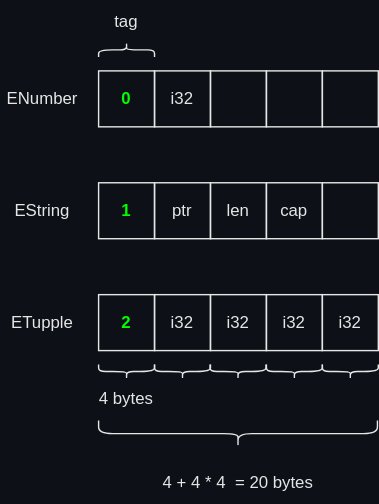
Earlier version of the draw.io export docs/rust/enums/images/tagged_union.drawio.svg (htgithub194/self-study). Source tidied: cells renumbered, new cells last; positions are measured from the earlier drawing's top-left corner, leaving out a move shared by most shapes.
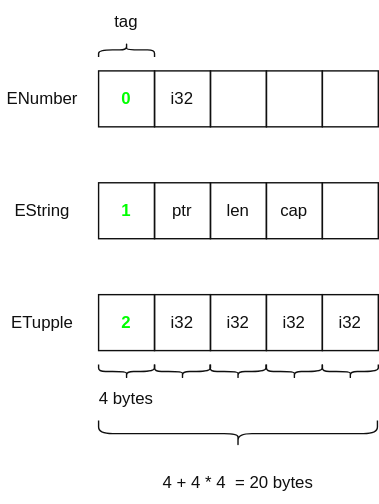
After the commit.

Diff of the diagram source:
```diff
@@ -1,89 +1,89 @@
-<mxGraphModel background="#0D1117">
+<mxGraphModel>
   <root>
     <mxCell id="0" />
     <mxCell id="1" parent="0" />
-    <mxCell id="2" value="0" style="rounded=0;whiteSpace=wrap;html=1;fillColor=none;fontStyle=1;fontColor=#00FF00;strokeColor=#E6E6E6;" parent="1" vertex="1">
+    <mxCell id="2" value="0" style="rounded=0;whiteSpace=wrap;html=1;fillColor=none;fontStyle=1;fontColor=light-dark(#00FF00,#00FF00);strokeColor=light-dark(#0F0F0F,#F0F0F0);" parent="1" vertex="1">
       <mxGeometry x="70" y="50" width="40" height="40" as="geometry" />
     </mxCell>
-    <mxCell id="3" value="i32" style="rounded=0;whiteSpace=wrap;html=1;fillColor=none;strokeColor=#E6E6E6;fontColor=#E6E6E6;" parent="1" vertex="1">
+    <mxCell id="3" value="i32" style="rounded=0;whiteSpace=wrap;html=1;fillColor=none;strokeColor=light-dark(#0F0F0F,#F0F0F0);fontColor=light-dark(#0F0F0F,#F0F0F0);" parent="1" vertex="1">
       <mxGeometry x="110" y="50" width="40" height="40" as="geometry" />
     </mxCell>
-    <mxCell id="4" style="rounded=0;whiteSpace=wrap;html=1;fillColor=none;strokeColor=#E6E6E6;fontColor=#E6E6E6;" parent="1" vertex="1">
+    <mxCell id="4" style="rounded=0;whiteSpace=wrap;html=1;fillColor=none;strokeColor=light-dark(#0F0F0F,#F0F0F0);fontColor=light-dark(#0F0F0F,#F0F0F0);" parent="1" vertex="1">
       <mxGeometry x="150" y="50" width="40" height="40" as="geometry" />
     </mxCell>
-    <mxCell id="5" style="rounded=0;whiteSpace=wrap;html=1;fillColor=none;strokeColor=#E6E6E6;fontColor=#E6E6E6;" parent="1" vertex="1">
+    <mxCell id="5" style="rounded=0;whiteSpace=wrap;html=1;fillColor=none;strokeColor=light-dark(#0F0F0F,#F0F0F0);fontColor=light-dark(#0F0F0F,#F0F0F0);" parent="1" vertex="1">
       <mxGeometry x="190" y="50" width="40" height="40" as="geometry" />
     </mxCell>
-    <mxCell id="6" value="1" style="rounded=0;whiteSpace=wrap;html=1;fillColor=none;fontStyle=1;fontColor=#00FF00;strokeColor=#E6E6E6;" parent="1" vertex="1">
+    <mxCell id="6" value="1" style="rounded=0;whiteSpace=wrap;html=1;fillColor=none;fontStyle=1;fontColor=light-dark(#00FF00,#00FF00);strokeColor=light-dark(#0F0F0F,#F0F0F0);" parent="1" vertex="1">
       <mxGeometry x="70" y="130" width="40" height="40" as="geometry" />
     </mxCell>
-    <mxCell id="7" value="ptr" style="rounded=0;whiteSpace=wrap;html=1;fillColor=none;strokeColor=#E6E6E6;fontColor=#E6E6E6;" parent="1" vertex="1">
+    <mxCell id="7" value="ptr" style="rounded=0;whiteSpace=wrap;html=1;fillColor=none;strokeColor=light-dark(#0F0F0F,#F0F0F0);fontColor=light-dark(#0F0F0F,#F0F0F0);" parent="1" vertex="1">
       <mxGeometry x="110" y="130" width="40" height="40" as="geometry" />
     </mxCell>
-    <mxCell id="8" value="len" style="rounded=0;whiteSpace=wrap;html=1;fillColor=none;strokeColor=#E6E6E6;fontColor=#E6E6E6;" parent="1" vertex="1">
+    <mxCell id="8" value="len" style="rounded=0;whiteSpace=wrap;html=1;fillColor=none;strokeColor=light-dark(#0F0F0F,#F0F0F0);fontColor=light-dark(#0F0F0F,#F0F0F0);" parent="1" vertex="1">
       <mxGeometry x="150" y="130" width="40" height="40" as="geometry" />
     </mxCell>
-    <mxCell id="9" value="cap" style="rounded=0;whiteSpace=wrap;html=1;fillColor=none;strokeColor=#E6E6E6;fontColor=#E6E6E6;" parent="1" vertex="1">
+    <mxCell id="9" value="cap" style="rounded=0;whiteSpace=wrap;html=1;fillColor=none;strokeColor=light-dark(#0F0F0F,#F0F0F0);fontColor=light-dark(#0F0F0F,#F0F0F0);" parent="1" vertex="1">
       <mxGeometry x="190" y="130" width="40" height="40" as="geometry" />
     </mxCell>
-    <mxCell id="10" value="2" style="rounded=0;whiteSpace=wrap;html=1;fillColor=none;fontStyle=1;fontColor=#00FF00;strokeColor=#E6E6E6;" parent="1" vertex="1">
+    <mxCell id="10" value="2" style="rounded=0;whiteSpace=wrap;html=1;fillColor=none;fontStyle=1;fontColor=light-dark(#00FF00,#00FF00);strokeColor=light-dark(#0F0F0F,#F0F0F0);" parent="1" vertex="1">
       <mxGeometry x="70" y="210" width="40" height="40" as="geometry" />
     </mxCell>
-    <mxCell id="11" value="i32" style="rounded=0;whiteSpace=wrap;html=1;fillColor=none;strokeColor=#E6E6E6;fontColor=#E6E6E6;" parent="1" vertex="1">
+    <mxCell id="11" value="i32" style="rounded=0;whiteSpace=wrap;html=1;fillColor=none;strokeColor=light-dark(#0F0F0F,#F0F0F0);fontColor=light-dark(#0F0F0F,#F0F0F0);" parent="1" vertex="1">
       <mxGeometry x="110" y="210" width="40" height="40" as="geometry" />
     </mxCell>
-    <mxCell id="12" value="i32" style="rounded=0;whiteSpace=wrap;html=1;fillColor=none;strokeColor=#E6E6E6;fontColor=#E6E6E6;" parent="1" vertex="1">
+    <mxCell id="12" value="i32" style="rounded=0;whiteSpace=wrap;html=1;fillColor=none;strokeColor=light-dark(#0F0F0F,#F0F0F0);fontColor=light-dark(#0F0F0F,#F0F0F0);" parent="1" vertex="1">
       <mxGeometry x="150" y="210" width="40" height="40" as="geometry" />
     </mxCell>
-    <mxCell id="13" value="i32" style="rounded=0;whiteSpace=wrap;html=1;fillColor=none;strokeColor=#E6E6E6;fontColor=#E6E6E6;" parent="1" vertex="1">
+    <mxCell id="13" value="i32" style="rounded=0;whiteSpace=wrap;html=1;fillColor=none;strokeColor=light-dark(#0F0F0F,#F0F0F0);fontColor=light-dark(#0F0F0F,#F0F0F0);" parent="1" vertex="1">
       <mxGeometry x="190" y="210" width="40" height="40" as="geometry" />
     </mxCell>
-    <mxCell id="14" value="ENumber" style="text;html=1;strokeColor=none;fillColor=none;align=center;verticalAlign=middle;whiteSpace=wrap;rounded=0;fontColor=#E6E6E6;" parent="1" vertex="1">
+    <mxCell id="14" value="ENumber" style="text;html=1;strokeColor=none;fillColor=none;align=center;verticalAlign=middle;whiteSpace=wrap;rounded=0;fontColor=light-dark(#0F0F0F,#F0F0F0);" parent="1" vertex="1">
       <mxGeometry y="55" width="60" height="30" as="geometry" />
     </mxCell>
-    <mxCell id="15" value="EString" style="text;html=1;strokeColor=none;fillColor=none;align=center;verticalAlign=middle;whiteSpace=wrap;rounded=0;fontColor=#E6E6E6;" parent="1" vertex="1">
+    <mxCell id="15" value="EString" style="text;html=1;strokeColor=none;fillColor=none;align=center;verticalAlign=middle;whiteSpace=wrap;rounded=0;fontColor=light-dark(#0F0F0F,#F0F0F0);" parent="1" vertex="1">
       <mxGeometry y="135" width="60" height="30" as="geometry" />
     </mxCell>
-    <mxCell id="16" value="4 + 4 * 4&amp;nbsp; = 20 bytes" style="text;html=1;strokeColor=none;fillColor=none;align=center;verticalAlign=middle;whiteSpace=wrap;rounded=0;fontColor=#E6E6E6;" parent="1" vertex="1">
+    <mxCell id="16" value="4 + 4 * 4&amp;nbsp; = 20 bytes" style="text;html=1;strokeColor=none;fillColor=none;align=center;verticalAlign=middle;whiteSpace=wrap;rounded=0;fontColor=light-dark(#0F0F0F,#F0F0F0);" parent="1" vertex="1">
       <mxGeometry x="70" y="330" width="200" height="30" as="geometry" />
     </mxCell>
-    <mxCell id="17" value="4 bytes" style="text;html=1;strokeColor=none;fillColor=none;align=center;verticalAlign=middle;whiteSpace=wrap;rounded=0;fontColor=#E6E6E6;" parent="1" vertex="1">
+    <mxCell id="17" value="4 bytes" style="text;html=1;strokeColor=none;fillColor=none;align=center;verticalAlign=middle;whiteSpace=wrap;rounded=0;fontColor=light-dark(#0F0F0F,#F0F0F0);" parent="1" vertex="1">
       <mxGeometry x="65" y="270" width="50" height="30" as="geometry" />
     </mxCell>
-    <mxCell id="18" style="shape=curlyBracket;whiteSpace=wrap;html=1;rounded=1;flipH=1;labelPosition=right;verticalLabelPosition=middle;align=left;verticalAlign=middle;fillColor=none;rotation=90;strokeColor=#E6E6E6;fontColor=#E6E6E6;" parent="1" vertex="1">
+    <mxCell id="18" style="shape=curlyBracket;whiteSpace=wrap;html=1;rounded=1;flipH=1;labelPosition=right;verticalLabelPosition=middle;align=left;verticalAlign=middle;fillColor=none;rotation=90;strokeColor=light-dark(#0F0F0F,#F0F0F0);fontColor=light-dark(#0F0F0F,#F0F0F0);" parent="1" vertex="1">
       <mxGeometry x="85" y="245" width="10" height="40" as="geometry" />
     </mxCell>
-    <mxCell id="19" style="shape=curlyBracket;whiteSpace=wrap;html=1;rounded=1;flipH=1;labelPosition=right;verticalLabelPosition=middle;align=left;verticalAlign=middle;fillColor=none;rotation=90;strokeColor=#E6E6E6;fontColor=#E6E6E6;" parent="1" vertex="1">
+    <mxCell id="19" style="shape=curlyBracket;whiteSpace=wrap;html=1;rounded=1;flipH=1;labelPosition=right;verticalLabelPosition=middle;align=left;verticalAlign=middle;fillColor=none;rotation=90;strokeColor=light-dark(#0F0F0F,#F0F0F0);fontColor=light-dark(#0F0F0F,#F0F0F0);" parent="1" vertex="1">
       <mxGeometry x="160.3" y="209.7" width="18.8" height="199.4" as="geometry" />
     </mxCell>
-    <mxCell id="20" value="ETupple" style="text;html=1;strokeColor=none;fillColor=none;align=center;verticalAlign=middle;whiteSpace=wrap;rounded=0;fontColor=#E6E6E6;dashed=1;dashPattern=1 1;" parent="1" vertex="1">
+    <mxCell id="20" value="ETupple" style="text;html=1;strokeColor=none;fillColor=none;align=center;verticalAlign=middle;whiteSpace=wrap;rounded=0;fontColor=light-dark(#0F0F0F,#F0F0F0);dashed=1;dashPattern=1 1;" parent="1" vertex="1">
       <mxGeometry y="215" width="60" height="30" as="geometry" />
     </mxCell>
-    <mxCell id="21" value="tag" style="text;html=1;strokeColor=none;fillColor=none;align=center;verticalAlign=middle;whiteSpace=wrap;rounded=0;fontColor=#E6E6E6;" parent="1" vertex="1">
+    <mxCell id="21" value="tag" style="text;html=1;strokeColor=none;fillColor=none;align=center;verticalAlign=middle;whiteSpace=wrap;rounded=0;fontColor=light-dark(#0F0F0F,#F0F0F0);" parent="1" vertex="1">
       <mxGeometry x="65" width="50" height="30" as="geometry" />
     </mxCell>
-    <mxCell id="22" style="shape=curlyBracket;whiteSpace=wrap;html=1;rounded=1;flipH=1;labelPosition=right;verticalLabelPosition=middle;align=left;verticalAlign=middle;fillColor=none;rotation=-90;strokeColor=#E6E6E6;fontColor=#E6E6E6;" parent="1" vertex="1">
+    <mxCell id="22" style="shape=curlyBracket;whiteSpace=wrap;html=1;rounded=1;flipH=1;labelPosition=right;verticalLabelPosition=middle;align=left;verticalAlign=middle;fillColor=none;rotation=-90;strokeColor=light-dark(#0F0F0F,#F0F0F0);fontColor=light-dark(#0F0F0F,#F0F0F0);" parent="1" vertex="1">
       <mxGeometry x="85" y="15" width="10" height="40" as="geometry" />
     </mxCell>
-    <mxCell id="23" value="i32" style="rounded=0;whiteSpace=wrap;html=1;fillColor=none;strokeColor=#E6E6E6;fontColor=#E6E6E6;" parent="1" vertex="1">
+    <mxCell id="23" value="i32" style="rounded=0;whiteSpace=wrap;html=1;fillColor=none;strokeColor=light-dark(#0F0F0F,#F0F0F0);fontColor=light-dark(#0F0F0F,#F0F0F0);" parent="1" vertex="1">
       <mxGeometry x="230" y="210" width="40" height="40" as="geometry" />
     </mxCell>
-    <mxCell id="24" style="rounded=0;whiteSpace=wrap;html=1;fillColor=none;strokeColor=#E6E6E6;fontColor=#E6E6E6;" parent="1" vertex="1">
+    <mxCell id="24" style="rounded=0;whiteSpace=wrap;html=1;fillColor=none;strokeColor=light-dark(#0F0F0F,#F0F0F0);fontColor=light-dark(#0F0F0F,#F0F0F0);" parent="1" vertex="1">
       <mxGeometry x="230" y="130" width="40" height="40" as="geometry" />
     </mxCell>
-    <mxCell id="25" style="rounded=0;whiteSpace=wrap;html=1;fillColor=none;strokeColor=#E6E6E6;fontColor=#E6E6E6;" parent="1" vertex="1">
+    <mxCell id="25" style="rounded=0;whiteSpace=wrap;html=1;fillColor=none;strokeColor=light-dark(#0F0F0F,#F0F0F0);fontColor=light-dark(#0F0F0F,#F0F0F0);" parent="1" vertex="1">
       <mxGeometry x="230" y="50" width="40" height="40" as="geometry" />
     </mxCell>
-    <mxCell id="26" style="shape=curlyBracket;whiteSpace=wrap;html=1;rounded=1;flipH=1;labelPosition=right;verticalLabelPosition=middle;align=left;verticalAlign=middle;fillColor=none;rotation=90;strokeColor=#E6E6E6;fontColor=#E6E6E6;" parent="1" vertex="1">
+    <mxCell id="26" style="shape=curlyBracket;whiteSpace=wrap;html=1;rounded=1;flipH=1;labelPosition=right;verticalLabelPosition=middle;align=left;verticalAlign=middle;fillColor=none;rotation=90;strokeColor=light-dark(#0F0F0F,#F0F0F0);fontColor=light-dark(#0F0F0F,#F0F0F0);" parent="1" vertex="1">
       <mxGeometry x="125" y="245" width="10" height="40" as="geometry" />
     </mxCell>
-    <mxCell id="27" style="shape=curlyBracket;whiteSpace=wrap;html=1;rounded=1;flipH=1;labelPosition=right;verticalLabelPosition=middle;align=left;verticalAlign=middle;fillColor=none;rotation=90;strokeColor=#E6E6E6;fontColor=#E6E6E6;" parent="1" vertex="1">
+    <mxCell id="27" style="shape=curlyBracket;whiteSpace=wrap;html=1;rounded=1;flipH=1;labelPosition=right;verticalLabelPosition=middle;align=left;verticalAlign=middle;fillColor=none;rotation=90;strokeColor=light-dark(#0F0F0F,#F0F0F0);fontColor=light-dark(#0F0F0F,#F0F0F0);" parent="1" vertex="1">
       <mxGeometry x="164.7" y="245" width="10" height="40" as="geometry" />
     </mxCell>
-    <mxCell id="28" style="shape=curlyBracket;whiteSpace=wrap;html=1;rounded=1;flipH=1;labelPosition=right;verticalLabelPosition=middle;align=left;verticalAlign=middle;fillColor=none;rotation=90;strokeColor=#E6E6E6;fontColor=#E6E6E6;" parent="1" vertex="1">
+    <mxCell id="28" style="shape=curlyBracket;whiteSpace=wrap;html=1;rounded=1;flipH=1;labelPosition=right;verticalLabelPosition=middle;align=left;verticalAlign=middle;fillColor=none;rotation=90;strokeColor=light-dark(#0F0F0F,#F0F0F0);fontColor=light-dark(#0F0F0F,#F0F0F0);" parent="1" vertex="1">
       <mxGeometry x="205" y="245" width="10" height="40" as="geometry" />
     </mxCell>
-    <mxCell id="29" style="shape=curlyBracket;whiteSpace=wrap;html=1;rounded=1;flipH=1;labelPosition=right;verticalLabelPosition=middle;align=left;verticalAlign=middle;fillColor=none;rotation=90;strokeColor=#E6E6E6;fontColor=#E6E6E6;" parent="1" vertex="1">
+    <mxCell id="29" style="shape=curlyBracket;whiteSpace=wrap;html=1;rounded=1;flipH=1;labelPosition=right;verticalLabelPosition=middle;align=left;verticalAlign=middle;fillColor=none;rotation=90;strokeColor=light-dark(#0F0F0F,#F0F0F0);fontColor=light-dark(#0F0F0F,#F0F0F0);" parent="1" vertex="1">
       <mxGeometry x="245" y="245" width="10" height="40" as="geometry" />
     </mxCell>
   </root>
```
